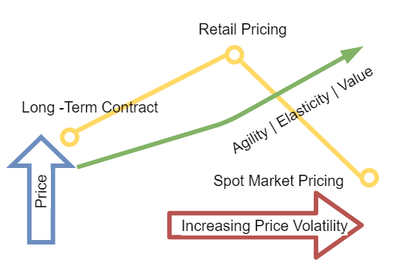
miranda-zhang/draw.io keeps this draw.io diagram as Cloud_pricing.png. Above is the earlier version. Source tidied: cells renumbered, new cells last; positions are measured from the earlier drawing's top-left corner, leaving out a move shared by most shapes.
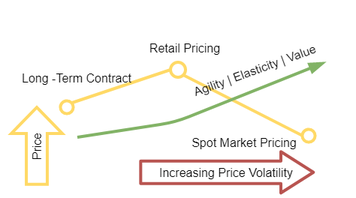
Above is the later version.

What changed in the source:
```diff
@@ -2,63 +2,56 @@
   <root>
     <mxCell id="0" />
     <mxCell id="1" parent="0" />
-    <mxCell id="2" value="Spot Market Pricing" style="text;html=1;strokeColor=none;fillColor=none;align=center;verticalAlign=middle;whiteSpace=wrap;rounded=0;fontSize=10;fontStyle=0;strokeWidth=3;" parent="1" vertex="1">
-      <mxGeometry x="130" y="107" width="110" height="24" as="geometry" />
+    <mxCell id="2" value="Spot Market Pricing" style="text;html=1;strokeColor=none;fillColor=none;align=center;verticalAlign=middle;whiteSpace=wrap;rounded=0;fontSize=8;fontStyle=0;strokeWidth=2;" parent="1" vertex="1">
+      <mxGeometry x="131.5" y="101" width="97" height="24" as="geometry" />
     </mxCell>
-    <mxCell id="3" style="group;fontStyle=0;strokeWidth=3;fontSize=10;" parent="1" vertex="1">
-      <mxGeometry y="90" width="258" height="70" as="geometry" />
+    <mxCell id="3" style="group;fontStyle=0;strokeWidth=2;fontSize=8;" parent="1" vertex="1">
+      <mxGeometry x="20" y="90" width="230" height="60" as="geometry" />
     </mxCell>
-    <mxCell id="4" value="Price&amp;nbsp;" style="html=1;align=center;verticalAlign=middle;shape=mxgraph.arrows2.arrow;dy=0.6;dx=19;direction=north;notch=0;flipV=0;horizontal=0;fontSize=10;fontStyle=0;rounded=1;labelBackgroundColor=#ffffff;endArrow=classic;endSize=8.33;strokeColor=#6c8ebf;strokeWidth=3;fillColor=none;" parent="3" vertex="1">
-      <mxGeometry x="6.3" width="39.3" height="70" as="geometry" />
+    <mxCell id="4" value="Price&amp;nbsp;" style="html=1;align=center;verticalAlign=middle;shape=mxgraph.arrows2.arrow;dy=0.59;dx=17.5;direction=north;notch=0;flipV=0;horizontal=0;fontSize=8;fontStyle=0;rounded=1;labelBackgroundColor=#ffffff;endArrow=classic;endSize=8.33;strokeColor=#FFD966;strokeWidth=2;fillColor=none;" parent="3" vertex="1">
+      <mxGeometry x="6" width="34" height="51.4" as="geometry" />
     </mxCell>
-    <mxCell id="5" value="Increasing Price Volatility" style="shape=flexArrow;endArrow=classic;html=1;endWidth=24;endSize=9.14;width=14;fontSize=10;fontStyle=0;fillColor=none;strokeColor=#b85450;strokeWidth=3;" parent="3" edge="1">
+    <mxCell id="5" value="Increasing Price Volatility" style="shape=flexArrow;endArrow=classic;html=1;endWidth=10.5;endSize=6.555;width=14;fontSize=8;fontStyle=0;fillColor=none;strokeColor=#b85450;strokeWidth=2;" parent="3" edge="1">
       <mxGeometry relative="1" as="geometry">
-        <mxPoint x="110.1" y="58.6" as="sourcePoint" />
-        <mxPoint x="241.4" y="58.6" as="targetPoint" />
+        <mxPoint x="91.2" y="43.4" as="sourcePoint" />
+        <mxPoint x="208.2" y="43.4" as="targetPoint" />
       </mxGeometry>
     </mxCell>
-    <mxCell id="6" style="endArrow=none;html=1;fontSize=10;spacing=0;comic=0;strokeWidth=3;strokeColor=#FFD966;fontStyle=0;" parent="1" edge="1" source="8">
-      <mxGeometry relative="1" as="geometry">
-        <mxPoint x="160" y="40" as="targetPoint" />
-      </mxGeometry>
-    </mxCell>
-    <mxCell id="7" style="endArrow=none;html=1;fontSize=10;strokeColor=#FFD966;strokeWidth=3;spacing=0;fontStyle=0;entryX=0;entryY=0.5;entryDx=0;entryDy=0;" parent="1" edge="1" target="11">
-      <mxGeometry relative="1" as="geometry">
-        <mxPoint x="160" y="40" as="sourcePoint" />
-      </mxGeometry>
-    </mxCell>
-    <mxCell id="8" style="ellipse;whiteSpace=wrap;html=1;fontSize=10;rounded=1;strokeColor=#FFD966;strokeWidth=3;labelBackgroundColor=#ffffff;spacing=0;endArrow=none;fontStyle=0;" parent="1" vertex="1">
-      <mxGeometry x="150" y="30" width="10" height="10" as="geometry" />
-    </mxCell>
-    <mxCell id="9" style="endArrow=none;html=1;fontSize=10;spacing=0;comic=0;strokeWidth=3;strokeColor=#FFD966;fontStyle=0;entryX=0;entryY=0.5;entryDx=0;entryDy=0;exitX=1;exitY=0;exitDx=0;exitDy=0;" parent="1" edge="1" source="10" target="8">
-      <mxGeometry relative="1" as="geometry" />
-    </mxCell>
-    <mxCell id="10" style="ellipse;whiteSpace=wrap;html=1;fontSize=10;rounded=1;strokeColor=#FFD966;strokeWidth=3;labelBackgroundColor=#ffffff;spacing=0;endArrow=none;fontStyle=0;" parent="1" vertex="1">
-      <mxGeometry x="40" y="85" width="10" height="10" as="geometry" />
+    <mxCell id="10" style="ellipse;whiteSpace=wrap;html=1;fontSize=8;rounded=1;strokeColor=#FFD966;strokeWidth=2;labelBackgroundColor=#ffffff;spacing=0;endArrow=none;fontStyle=0;" parent="3" vertex="1">
+      <mxGeometry x="39" y="-4.3" width="8.6" height="8.6" as="geometry" />
     </mxCell>
-    <mxCell id="11" style="ellipse;whiteSpace=wrap;html=1;fontSize=10;rounded=1;strokeColor=#FFD966;strokeWidth=3;labelBackgroundColor=#ffffff;spacing=0;endArrow=none;fontStyle=0;" parent="1" vertex="1">
-      <mxGeometry x="240" y="112" width="10" height="10" as="geometry" />
+    <mxCell id="11" style="ellipse;whiteSpace=wrap;html=1;fontSize=8;rounded=1;strokeColor=#FFD966;strokeWidth=2;labelBackgroundColor=#ffffff;spacing=0;endArrow=none;fontStyle=0;" parent="3" vertex="1">
+      <mxGeometry x="200" y="14.6" width="8.6" height="8.6" as="geometry" />
     </mxCell>
-    <mxCell id="12" value="Agility | Elasticity | Value" style="text;html=1;strokeColor=none;fillColor=none;align=center;verticalAlign=middle;whiteSpace=wrap;rounded=0;fontSize=10;rotation=-30;fontStyle=0;strokeWidth=3;" parent="1" vertex="1">
-      <mxGeometry x="137" y="62" width="125" height="20" as="geometry" />
-    </mxCell>
+    <mxCell id="7" style="endArrow=none;html=1;fontSize=8;strokeColor=#FFD966;strokeWidth=2;spacing=0;fontStyle=0;entryX=0;entryY=0.5;entryDx=0;entryDy=0;exitX=1;exitY=1;exitDx=0;exitDy=0;" parent="1" edge="1" source="8" target="11">
+      <mxGeometry relative="1" as="geometry" />
+    </mxCell>
+    <mxCell id="9" style="endArrow=none;html=1;fontSize=8;spacing=0;comic=0;strokeWidth=2;strokeColor=#FFD966;fontStyle=0;entryX=0;entryY=0.5;entryDx=0;entryDy=0;exitX=1;exitY=0;exitDx=0;exitDy=0;" parent="1" edge="1" source="10" target="8">
+      <mxGeometry relative="1" as="geometry" />
+    </mxCell>
-    <mxCell id="13" value="Long -Term Contract" style="text;html=1;strokeColor=none;fillColor=none;align=center;verticalAlign=middle;whiteSpace=wrap;rounded=0;fontSize=10;fontStyle=0;strokeWidth=3;" parent="1" vertex="1">
-      <mxGeometry x="10" y="60" width="98" height="20" as="geometry" />
+    <mxCell id="13" value="Long -Term Contract" style="text;html=1;strokeColor=none;fillColor=none;align=center;verticalAlign=middle;whiteSpace=wrap;rounded=0;fontSize=8;fontStyle=0;strokeWidth=2;" parent="1" vertex="1">
+      <mxGeometry x="30" y="60" width="78" height="20" as="geometry" />
     </mxCell>
-    <mxCell id="14" style="group;fontStyle=0;strokeWidth=3;fontSize=10;" parent="1" vertex="1">
-      <mxGeometry x="110" width="100" height="70" as="geometry" />
+    <mxCell id="14" style="group;fontStyle=0;strokeWidth=2;fontSize=8;" parent="1" vertex="1">
+      <mxGeometry x="105" y="20" width="150" height="70" as="geometry" />
     </mxCell>
-    <mxCell id="15" value="Retail Pricing" style="text;html=1;strokeColor=none;fillColor=none;align=center;verticalAlign=middle;whiteSpace=wrap;rounded=0;fontSize=10;fontStyle=0;strokeWidth=3;" parent="14" vertex="1">
-      <mxGeometry y="8" width="100" height="20" as="geometry" />
+    <mxCell id="15" value="Retail Pricing" style="text;html=1;strokeColor=none;fillColor=none;align=center;verticalAlign=middle;whiteSpace=wrap;rounded=0;fontSize=8;fontStyle=0;strokeWidth=2;" parent="14" vertex="1">
+      <mxGeometry x="7" y="20" width="60" height="20" as="geometry" />
     </mxCell>
-    <mxCell id="16" style="endArrow=blockThin;html=1;strokeColor=#82b366;strokeWidth=3;fillColor=#d5e8d4;fontSize=10;endFill=1;fontStyle=0;" parent="14" edge="1">
+    <mxCell id="16" style="endArrow=blockThin;html=1;strokeColor=#82b366;strokeWidth=2;fillColor=#d5e8d4;fontSize=8;endFill=1;fontStyle=0;" parent="14" edge="1">
       <mxGeometry relative="1" as="geometry">
-        <mxPoint x="-60" y="110" as="sourcePoint" />
-        <mxPoint x="130" y="30" as="targetPoint" />
+        <mxPoint x="-35" y="90" as="sourcePoint" />
+        <mxPoint x="130" y="40" as="targetPoint" />
         <Array as="points">
-          <mxPoint x="40" y="80" />
+          <mxPoint x="30" y="80" />
         </Array>
       </mxGeometry>
     </mxCell>
+    <mxCell id="8" style="ellipse;whiteSpace=wrap;html=1;fontSize=8;rounded=1;strokeColor=#FFD966;strokeWidth=2;labelBackgroundColor=#ffffff;spacing=0;endArrow=none;fontStyle=0;" parent="14" vertex="1">
+      <mxGeometry x="27" y="40" width="10" height="10" as="geometry" />
+    </mxCell>
+    <mxCell id="12" value="Agility | Elasticity | Value" style="text;html=1;strokeColor=none;fillColor=none;align=center;verticalAlign=middle;whiteSpace=wrap;rounded=0;fontSize=8;rotation=-20;fontStyle=0;strokeWidth=2;" parent="14" vertex="1">
+      <mxGeometry x="20" y="35" width="125" height="20" as="geometry" />
+    </mxCell>
   </root>
 </mxGraphModel>
```
